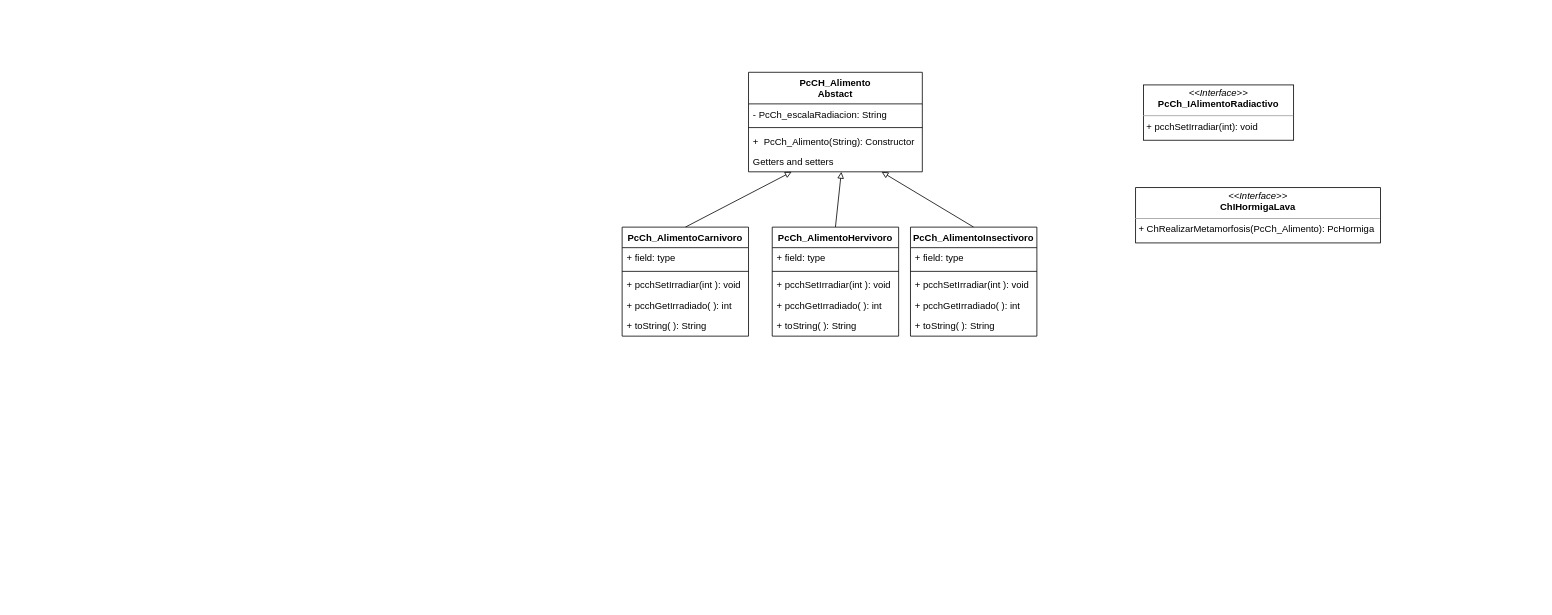
Earlier version of the draw.io diagram Pastaz.Chantasig/design/DiagramaClases.drawio (Angelpstaz/Supletorio). Source tidied: cells renumbered, new cells numbered last; positions are measured from the earlier drawing's top-left corner, leaving out a move shared by most shapes. Both pictures are drawn from the tidied source at 79%, with x=0, y=0 at pixel (622, 72).
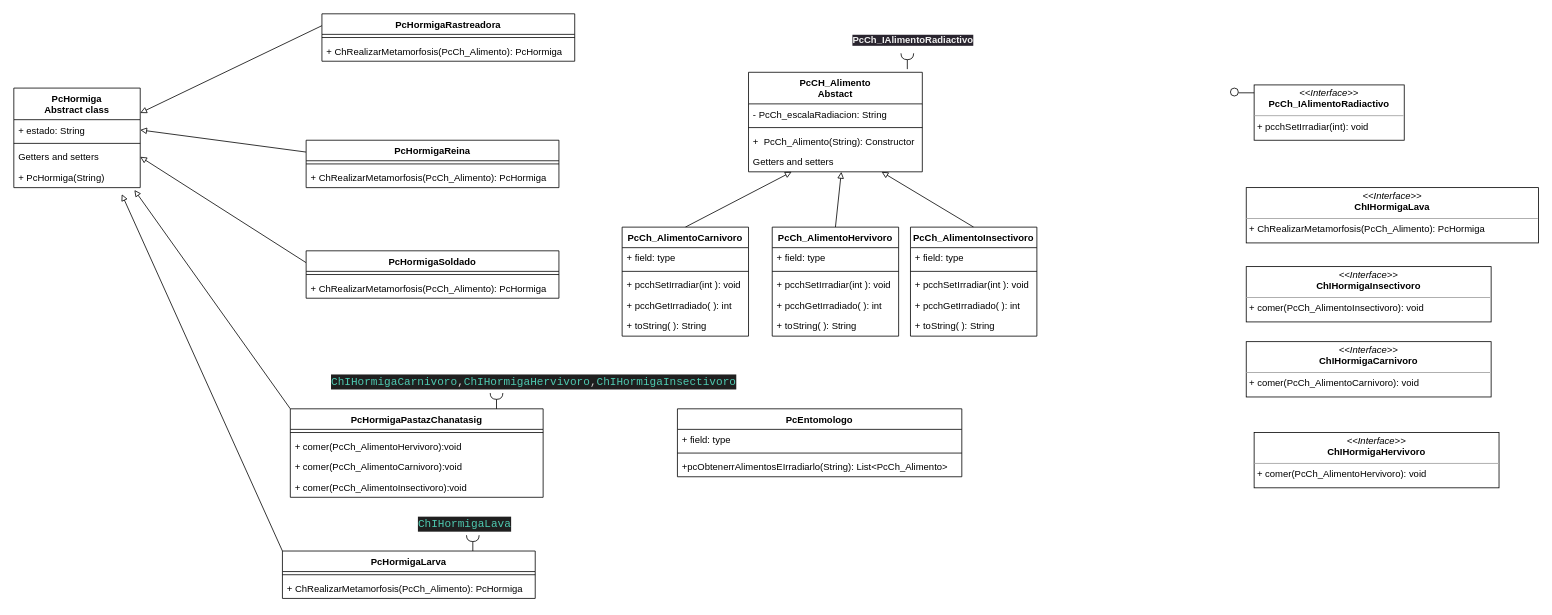
The same diagram, later.

Commit message (it also covers changes not shown here):
Diagrama de clases

Diff of the diagram source:
```diff
@@
     <mxCell id="7" value="&lt;p style=&quot;margin:0px;margin-top:4px;text-align:center;&quot;&gt;&lt;i&gt;&amp;lt;&amp;lt;Interface&amp;gt;&amp;gt;&lt;/i&gt;&lt;br&gt;&lt;b&gt;PcCh_IAlimentoRadiactivo&lt;/b&gt;&lt;/p&gt;&lt;hr size=&quot;1&quot;&gt;&lt;p style=&quot;margin:0px;margin-left:4px;&quot;&gt;&lt;span style=&quot;background-color: initial;&quot;&gt;+ pcchSetIrradiar(int): void&lt;/span&gt;&lt;br&gt;&lt;/p&gt;&lt;p style=&quot;margin:0px;margin-left:4px;&quot;&gt;&lt;br&gt;&lt;/p&gt;" style="verticalAlign=top;align=left;overflow=fill;fontSize=12;fontFamily=Helvetica;html=1;" parent="1" vertex="1">
-      <mxGeometry x="660" y="16" width="190" height="70" as="geometry" />
+      <mxGeometry x="800" y="16" width="190" height="70" as="geometry" />
     </mxCell>
@@
     <mxCell id="29" value="&lt;p style=&quot;margin:0px;margin-top:4px;text-align:center;&quot;&gt;&lt;i&gt;&amp;lt;&amp;lt;Interface&amp;gt;&amp;gt;&lt;/i&gt;&lt;br&gt;&lt;b&gt;ChIHormigaLava&lt;/b&gt;&lt;/p&gt;&lt;hr size=&quot;1&quot;&gt;&lt;p style=&quot;margin:0px;margin-left:4px;&quot;&gt;&lt;span style=&quot;background-color: initial;&quot;&gt;+ ChRealizarMetamorfosis(PcCh_Alimento): PcHormiga&lt;/span&gt;&lt;br&gt;&lt;/p&gt;&lt;p style=&quot;margin:0px;margin-left:4px;&quot;&gt;&lt;span style=&quot;background-color: initial;&quot;&gt;&lt;br&gt;&lt;/span&gt;&lt;/p&gt;&lt;p style=&quot;margin:0px;margin-left:4px;&quot;&gt;&lt;br&gt;&lt;/p&gt;" style="verticalAlign=top;align=left;overflow=fill;fontSize=12;fontFamily=Helvetica;html=1;" parent="1" vertex="1">
-      <mxGeometry x="650" y="146" width="310" height="70" as="geometry" />
+      <mxGeometry x="790" y="146" width="370" height="70" as="geometry" />
     </mxCell>
+    <mxCell id="30" value="&lt;p style=&quot;margin:0px;margin-top:4px;text-align:center;&quot;&gt;&lt;i&gt;&amp;lt;&amp;lt;Interface&amp;gt;&amp;gt;&lt;/i&gt;&lt;br&gt;&lt;b&gt;ChIHormigaInsectivoro&lt;/b&gt;&lt;/p&gt;&lt;hr size=&quot;1&quot;&gt;&lt;p style=&quot;margin:0px;margin-left:4px;&quot;&gt;&lt;span style=&quot;background-color: initial;&quot;&gt;+ comer(PcCh_AlimentoInsectivoro): void&lt;/span&gt;&lt;br&gt;&lt;/p&gt;&lt;p style=&quot;margin:0px;margin-left:4px;&quot;&gt;&lt;span style=&quot;background-color: initial;&quot;&gt;&lt;br&gt;&lt;/span&gt;&lt;/p&gt;&lt;p style=&quot;margin:0px;margin-left:4px;&quot;&gt;&lt;br&gt;&lt;/p&gt;" style="verticalAlign=top;align=left;overflow=fill;fontSize=12;fontFamily=Helvetica;html=1;" parent="1" vertex="1">
+      <mxGeometry x="790" y="246" width="310" height="70" as="geometry" />
+    </mxCell>
+    <mxCell id="31" value="&lt;p style=&quot;margin:0px;margin-top:4px;text-align:center;&quot;&gt;&lt;i&gt;&amp;lt;&amp;lt;Interface&amp;gt;&amp;gt;&lt;/i&gt;&lt;br&gt;&lt;b&gt;ChIHormigaCarnivoro&lt;/b&gt;&lt;/p&gt;&lt;hr size=&quot;1&quot;&gt;&lt;p style=&quot;margin:0px;margin-left:4px;&quot;&gt;&lt;span style=&quot;background-color: initial;&quot;&gt;+ comer(PcCh_AlimentoCarnivoro): void&lt;/span&gt;&lt;br&gt;&lt;/p&gt;&lt;p style=&quot;margin:0px;margin-left:4px;&quot;&gt;&lt;span style=&quot;background-color: initial;&quot;&gt;&lt;br&gt;&lt;/span&gt;&lt;/p&gt;&lt;p style=&quot;margin:0px;margin-left:4px;&quot;&gt;&lt;br&gt;&lt;/p&gt;" style="verticalAlign=top;align=left;overflow=fill;fontSize=12;fontFamily=Helvetica;html=1;" parent="1" vertex="1">
+      <mxGeometry x="790" y="341" width="310" height="70" as="geometry" />
+    </mxCell>
+    <mxCell id="32" value="&lt;p style=&quot;margin:0px;margin-top:4px;text-align:center;&quot;&gt;&lt;i&gt;&amp;lt;&amp;lt;Interface&amp;gt;&amp;gt;&lt;/i&gt;&lt;br&gt;&lt;b&gt;ChIHormigaHervivoro&lt;/b&gt;&lt;/p&gt;&lt;hr size=&quot;1&quot;&gt;&lt;p style=&quot;margin:0px;margin-left:4px;&quot;&gt;&lt;span style=&quot;background-color: initial;&quot;&gt;+ comer(PcCh_AlimentoHervivoro): void&lt;/span&gt;&lt;br&gt;&lt;/p&gt;&lt;p style=&quot;margin:0px;margin-left:4px;&quot;&gt;&lt;span style=&quot;background-color: initial;&quot;&gt;&lt;br&gt;&lt;/span&gt;&lt;/p&gt;&lt;p style=&quot;margin:0px;margin-left:4px;&quot;&gt;&lt;br&gt;&lt;/p&gt;" style="verticalAlign=top;align=left;overflow=fill;fontSize=12;fontFamily=Helvetica;html=1;" parent="1" vertex="1">
+      <mxGeometry x="800" y="456" width="310" height="70" as="geometry" />
+    </mxCell>
+    <mxCell id="33" style="rounded=0;jettySize=auto;html=1;endArrow=none;endFill=0;sketch=0;targetPerimeterSpacing=0;shadow=0;startArrow=none;" parent="1" edge="1" source="36">
+      <mxGeometry relative="1" as="geometry">
+        <mxPoint x="775" y="28" as="targetPoint" />
+      </mxGeometry>
+    </mxCell>
+    <mxCell id="34" style="rounded=0;orthogonalLoop=1;jettySize=auto;html=1;endArrow=halfCircle;endFill=0;strokeWidth=1;sketch=0;shadow=0;" parent="1" edge="1">
+      <mxGeometry relative="1" as="geometry">
+        <mxPoint x="361" y="-4" as="sourcePoint" />
+        <mxPoint x="361" y="-24" as="targetPoint" />
+      </mxGeometry>
+    </mxCell>
+    <mxCell id="35" style="rounded=0;orthogonalLoop=1;jettySize=auto;html=1;endArrow=none;endFill=0;sketch=0;sourcePerimeterSpacing=0;shadow=0;" parent="1" edge="1">
+      <mxGeometry relative="1" as="geometry">
+        <mxPoint x="800" y="26" as="sourcePoint" />
+        <mxPoint x="780" y="26" as="targetPoint" />
+      </mxGeometry>
+    </mxCell>
+    <mxCell id="36" style="ellipse;whiteSpace=wrap;html=1;align=center;points=[];outlineConnect=0;sketch=0;" parent="1" vertex="1">
+      <mxGeometry x="770" y="20" width="10" height="10" as="geometry" />
+    </mxCell>
+    <mxCell id="37" value="&lt;b style=&quot;border-color: rgb(0, 0, 0); color: rgb(240, 240, 240); font-family: Helvetica; font-size: 12px; font-style: normal; font-variant-ligatures: normal; font-variant-caps: normal; letter-spacing: normal; orphans: 2; text-align: center; text-indent: 0px; text-transform: none; widows: 2; word-spacing: 0px; -webkit-text-stroke-width: 0px; background-color: rgb(42, 37, 47); text-decoration-thickness: initial; text-decoration-style: initial; text-decoration-color: initial;&quot;&gt;PcCh_IAlimentoRadiactivo&lt;/b&gt;&lt;br class=&quot;Apple-interchange-newline&quot;&gt;" style="text;whiteSpace=wrap;html=1;" parent="1" vertex="1">
+      <mxGeometry x="290" y="-54" width="190" height="40" as="geometry" />
+    </mxCell>
+    <mxCell id="38" value="PcHormiga&#10;Abstract class" style="swimlane;fontStyle=1;align=center;verticalAlign=top;horizontal=1;startSize=40;" parent="1" vertex="1">
+      <mxGeometry x="-770" y="20" width="160" height="126" as="geometry" />
+    </mxCell>
+    <mxCell id="39" value="+ estado: String" style="text;strokeColor=none;fillColor=none;align=left;verticalAlign=top;spacingLeft=4;spacingRight=4;overflow=hidden;points=[[0,0.5],[1,0.5]];portConstraint=eastwest;" parent="38" vertex="1">
+      <mxGeometry y="40" width="160" height="26" as="geometry" />
+    </mxCell>
+    <mxCell id="40" style="line;strokeWidth=1;fillColor=none;align=left;verticalAlign=middle;spacingTop=-1;spacingLeft=3;spacingRight=3;labelPosition=right;strokeColor=inherit;" parent="38" vertex="1">
+      <mxGeometry y="66" width="160" height="8" as="geometry" />
+    </mxCell>
+    <mxCell id="41" value="Getters and setters" style="text;strokeColor=none;fillColor=none;align=left;verticalAlign=top;spacingLeft=4;spacingRight=4;overflow=hidden;points=[[0,0.5],[1,0.5]];portConstraint=eastwest;" parent="38" vertex="1">
+      <mxGeometry y="74" width="160" height="26" as="geometry" />
+    </mxCell>
+    <mxCell id="42" value="+ PcHormiga(String)" style="text;strokeColor=none;fillColor=none;align=left;verticalAlign=top;spacingLeft=4;spacingRight=4;overflow=hidden;points=[[0,0.5],[1,0.5]];portConstraint=eastwest;" parent="38" vertex="1">
+      <mxGeometry y="100" width="160" height="26" as="geometry" />
+    </mxCell>
+    <mxCell id="43" style="edgeStyle=none;html=1;exitX=0;exitY=0;exitDx=0;exitDy=0;entryX=0.854;entryY=1.321;entryDx=0;entryDy=0;entryPerimeter=0;shadow=0;endArrow=block;endFill=0;" parent="1" edge="1" source="44" target="42">
+      <mxGeometry relative="1" as="geometry" />
+    </mxCell>
+    <mxCell id="44" value="PcHormigaLarva" style="swimlane;fontStyle=1;align=center;verticalAlign=top;horizontal=1;startSize=26;" parent="1" vertex="1">
+      <mxGeometry x="-430" y="606" width="320" height="60" as="geometry" />
+    </mxCell>
+    <mxCell id="45" style="line;strokeWidth=1;fillColor=none;align=left;verticalAlign=middle;spacingTop=-1;spacingLeft=3;spacingRight=3;labelPosition=right;strokeColor=inherit;" parent="44" vertex="1">
+      <mxGeometry y="26" width="320" height="8" as="geometry" />
+    </mxCell>
+    <mxCell id="46" value="+ ChRealizarMetamorfosis(PcCh_Alimento): PcHormiga" style="text;strokeColor=none;fillColor=none;align=left;verticalAlign=top;spacingLeft=4;spacingRight=4;overflow=hidden;" parent="44" vertex="1">
+      <mxGeometry y="34" width="320" height="26" as="geometry" />
+    </mxCell>
+    <mxCell id="47" style="edgeStyle=none;html=1;exitX=0;exitY=0.25;exitDx=0;exitDy=0;entryX=1;entryY=0.25;entryDx=0;entryDy=0;shadow=0;endArrow=block;endFill=0;" parent="1" edge="1" source="48" target="38">
+      <mxGeometry relative="1" as="geometry" />
+    </mxCell>
+    <mxCell id="48" value="PcHormigaRastreadora" style="swimlane;fontStyle=1;align=center;verticalAlign=top;horizontal=1;startSize=26;" parent="1" vertex="1">
+      <mxGeometry x="-380" y="-74" width="320" height="60" as="geometry" />
+    </mxCell>
+    <mxCell id="49" style="line;strokeWidth=1;fillColor=none;align=left;verticalAlign=middle;spacingTop=-1;spacingLeft=3;spacingRight=3;labelPosition=right;strokeColor=inherit;" parent="48" vertex="1">
+      <mxGeometry y="26" width="320" height="8" as="geometry" />
+    </mxCell>
+    <mxCell id="50" value="+ ChRealizarMetamorfosis(PcCh_Alimento): PcHormiga" style="text;strokeColor=none;fillColor=none;align=left;verticalAlign=top;spacingLeft=4;spacingRight=4;overflow=hidden;" parent="48" vertex="1">
+      <mxGeometry y="34" width="320" height="26" as="geometry" />
+    </mxCell>
+    <mxCell id="51" style="edgeStyle=none;html=1;exitX=0;exitY=0.25;exitDx=0;exitDy=0;entryX=1;entryY=0.5;entryDx=0;entryDy=0;shadow=0;endArrow=block;endFill=0;" parent="1" edge="1" source="52" target="39">
+      <mxGeometry relative="1" as="geometry" />
+    </mxCell>
+    <mxCell id="52" value="PcHormigaReina" style="swimlane;fontStyle=1;align=center;verticalAlign=top;horizontal=1;startSize=26;" parent="1" vertex="1">
+      <mxGeometry x="-400" y="86" width="320" height="60" as="geometry" />
+    </mxCell>
+    <mxCell id="53" style="line;strokeWidth=1;fillColor=none;align=left;verticalAlign=middle;spacingTop=-1;spacingLeft=3;spacingRight=3;labelPosition=right;strokeColor=inherit;" parent="52" vertex="1">
+      <mxGeometry y="26" width="320" height="8" as="geometry" />
+    </mxCell>
+    <mxCell id="54" value="+ ChRealizarMetamorfosis(PcCh_Alimento): PcHormiga" style="text;strokeColor=none;fillColor=none;align=left;verticalAlign=top;spacingLeft=4;spacingRight=4;overflow=hidden;" parent="52" vertex="1">
+      <mxGeometry y="34" width="320" height="26" as="geometry" />
+    </mxCell>
+    <mxCell id="55" style="edgeStyle=none;html=1;exitX=0;exitY=0.25;exitDx=0;exitDy=0;entryX=1;entryY=0.5;entryDx=0;entryDy=0;shadow=0;endArrow=block;endFill=0;" parent="1" edge="1" source="56" target="41">
+      <mxGeometry relative="1" as="geometry" />
+    </mxCell>
+    <mxCell id="56" value="PcHormigaSoldado" style="swimlane;fontStyle=1;align=center;verticalAlign=top;horizontal=1;startSize=26;" parent="1" vertex="1">
+      <mxGeometry x="-400" y="226" width="320" height="60" as="geometry" />
+    </mxCell>
+    <mxCell id="57" style="line;strokeWidth=1;fillColor=none;align=left;verticalAlign=middle;spacingTop=-1;spacingLeft=3;spacingRight=3;labelPosition=right;strokeColor=inherit;" parent="56" vertex="1">
+      <mxGeometry y="26" width="320" height="8" as="geometry" />
+    </mxCell>
+    <mxCell id="58" value="+ ChRealizarMetamorfosis(PcCh_Alimento): PcHormiga" style="text;strokeColor=none;fillColor=none;align=left;verticalAlign=top;spacingLeft=4;spacingRight=4;overflow=hidden;" parent="56" vertex="1">
+      <mxGeometry y="34" width="320" height="26" as="geometry" />
+    </mxCell>
+    <mxCell id="59" style="rounded=0;orthogonalLoop=1;jettySize=auto;html=1;endArrow=halfCircle;endFill=0;strokeWidth=1;sketch=0;shadow=0;" parent="1" edge="1">
+      <mxGeometry relative="1" as="geometry">
+        <mxPoint x="-189" y="606" as="sourcePoint" />
+        <mxPoint x="-189" y="586" as="targetPoint" />
+      </mxGeometry>
+    </mxCell>
+    <mxCell id="60" value="&lt;div style=&quot;color: rgb(204, 204, 204); background-color: rgb(31, 31, 31); font-family: Consolas, &amp;quot;Courier New&amp;quot;, monospace; font-size: 14px; line-height: 19px;&quot;&gt;&lt;span style=&quot;color: #4ec9b0;&quot;&gt;ChIHormigaLava&lt;/span&gt;&lt;/div&gt;" style="text;whiteSpace=wrap;html=1;" parent="1" vertex="1">
+      <mxGeometry x="-260" y="556" width="190" height="40" as="geometry" />
+    </mxCell>
+    <mxCell id="61" style="edgeStyle=none;html=1;exitX=0;exitY=0;exitDx=0;exitDy=0;entryX=0.954;entryY=1.115;entryDx=0;entryDy=0;entryPerimeter=0;shadow=0;endArrow=block;endFill=0;" parent="1" edge="1" source="62" target="42">
+      <mxGeometry relative="1" as="geometry" />
+    </mxCell>
+    <mxCell id="62" value="PcHormigaPastazChanatasig" style="swimlane;fontStyle=1;align=center;verticalAlign=top;horizontal=1;startSize=26;" parent="1" vertex="1">
+      <mxGeometry x="-420" y="426" width="320" height="112" as="geometry" />
+    </mxCell>
+    <mxCell id="63" style="line;strokeWidth=1;fillColor=none;align=left;verticalAlign=middle;spacingTop=-1;spacingLeft=3;spacingRight=3;labelPosition=right;strokeColor=inherit;" parent="62" vertex="1">
+      <mxGeometry y="26" width="320" height="8" as="geometry" />
+    </mxCell>
+    <mxCell id="64" value="+ comer(PcCh_AlimentoHervivoro):void" style="text;strokeColor=none;fillColor=none;align=left;verticalAlign=top;spacingLeft=4;spacingRight=4;overflow=hidden;" parent="62" vertex="1">
+      <mxGeometry y="34" width="320" height="26" as="geometry" />
+    </mxCell>
+    <mxCell id="65" value="+ comer(PcCh_AlimentoCarnivoro):void" style="text;strokeColor=none;fillColor=none;align=left;verticalAlign=top;spacingLeft=4;spacingRight=4;overflow=hidden;" parent="62" vertex="1">
+      <mxGeometry y="60" width="320" height="26" as="geometry" />
+    </mxCell>
+    <mxCell id="66" value="+ comer(PcCh_AlimentoInsectivoro):void" style="text;strokeColor=none;fillColor=none;align=left;verticalAlign=top;spacingLeft=4;spacingRight=4;overflow=hidden;" parent="62" vertex="1">
+      <mxGeometry y="86" width="320" height="26" as="geometry" />
+    </mxCell>
+    <mxCell id="67" style="rounded=0;orthogonalLoop=1;jettySize=auto;html=1;endArrow=halfCircle;endFill=0;strokeWidth=1;sketch=0;shadow=0;" parent="1" edge="1">
+      <mxGeometry relative="1" as="geometry">
+        <mxPoint x="-159" y="426" as="sourcePoint" />
+        <mxPoint x="-159" y="406" as="targetPoint" />
+      </mxGeometry>
+    </mxCell>
+    <mxCell id="68" value="&lt;div style=&quot;color: rgb(204, 204, 204); background-color: rgb(31, 31, 31); font-family: Consolas, &amp;quot;Courier New&amp;quot;, monospace; font-size: 14px; line-height: 19px;&quot;&gt;&lt;div style=&quot;line-height: 19px;&quot;&gt;&lt;div style=&quot;line-height: 19px;&quot;&gt;&lt;span style=&quot;color: #4ec9b0;&quot;&gt;ChIHormigaCarnivoro&lt;/span&gt;,&lt;span style=&quot;color: #4ec9b0;&quot;&gt;ChIHormigaHervivoro&lt;/span&gt;,&lt;span style=&quot;color: #4ec9b0;&quot;&gt;ChIHormigaInsectivoro&lt;/span&gt;&lt;/div&gt;&lt;/div&gt;&lt;/div&gt;" style="text;whiteSpace=wrap;html=1;" parent="1" vertex="1">
+      <mxGeometry x="-370" y="376" width="190" height="40" as="geometry" />
+    </mxCell>
+    <mxCell id="69" value="PcEntomologo" style="swimlane;fontStyle=1;align=center;verticalAlign=top;horizontal=1;startSize=26;" parent="1" vertex="1">
+      <mxGeometry x="70" y="426" width="360" height="86" as="geometry" />
+    </mxCell>
+    <mxCell id="70" value="+ field: type" style="text;strokeColor=none;fillColor=none;align=left;verticalAlign=top;spacingLeft=4;spacingRight=4;overflow=hidden;" parent="69" vertex="1">
+      <mxGeometry y="26" width="360" height="26" as="geometry" />
+    </mxCell>
+    <mxCell id="71" style="line;strokeWidth=1;fillColor=none;align=left;verticalAlign=middle;spacingTop=-1;spacingLeft=3;spacingRight=3;labelPosition=right;strokeColor=inherit;" parent="69" vertex="1">
+      <mxGeometry y="52" width="360" height="8" as="geometry" />
+    </mxCell>
+    <mxCell id="72" value="+pcObtenerrAlimentosEIrradiarlo(String): List&lt;PcCh_Alimento&gt;" style="text;strokeColor=none;fillColor=none;align=left;verticalAlign=top;spacingLeft=4;spacingRight=4;overflow=hidden;" parent="69" vertex="1">
+      <mxGeometry y="60" width="360" height="26" as="geometry" />
+    </mxCell>
```
